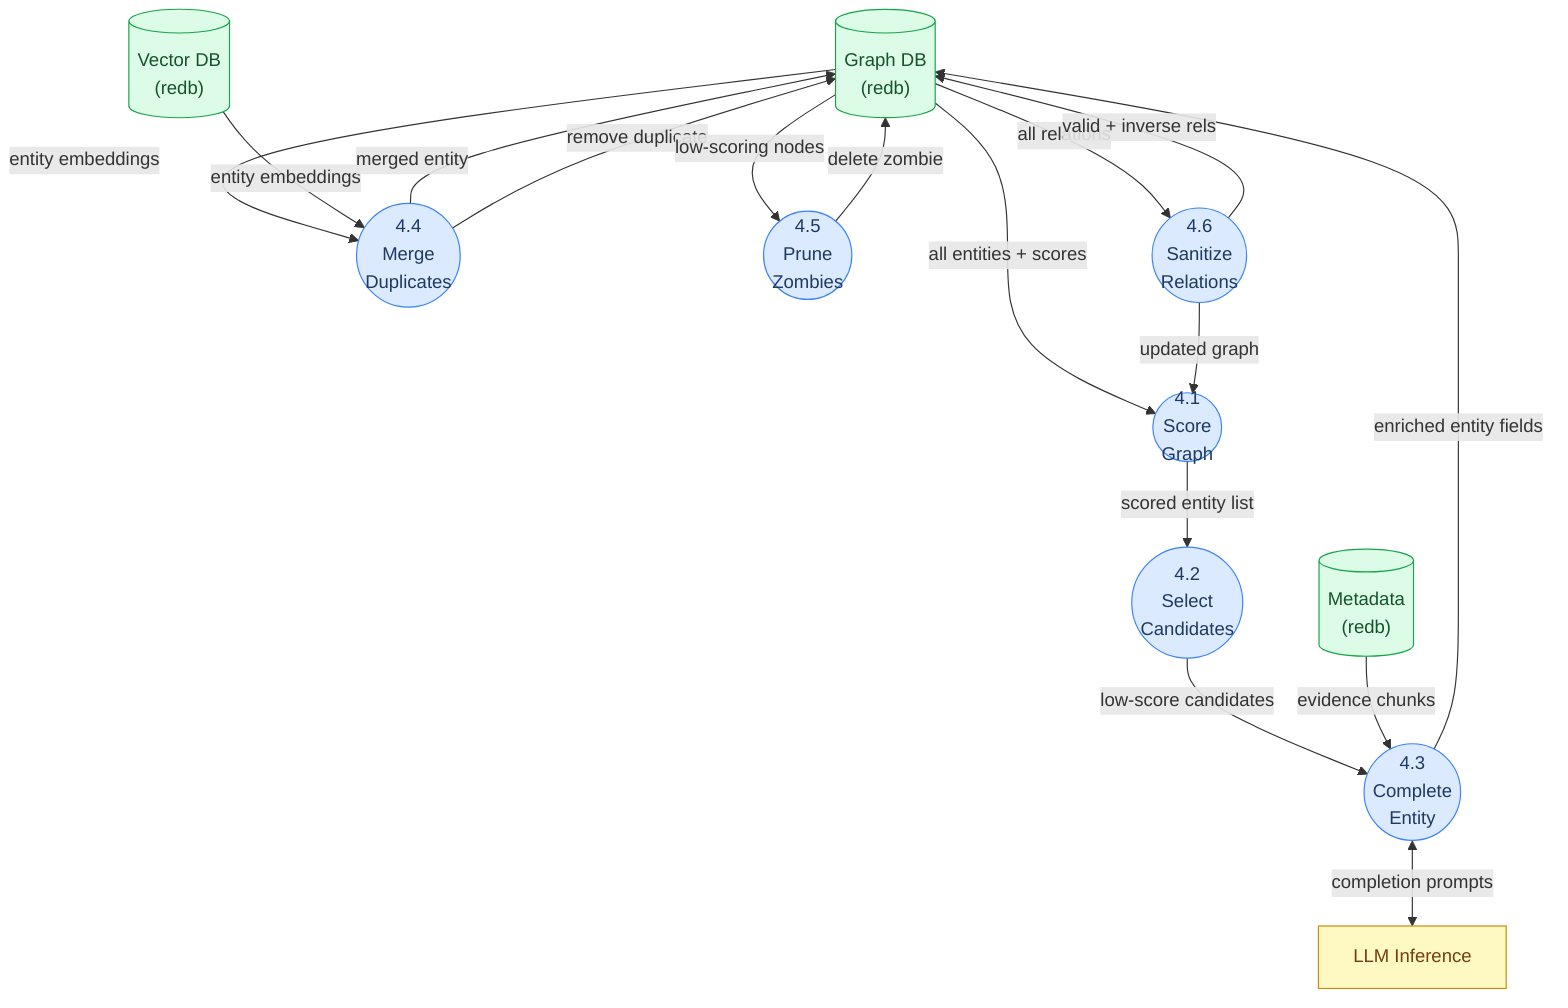
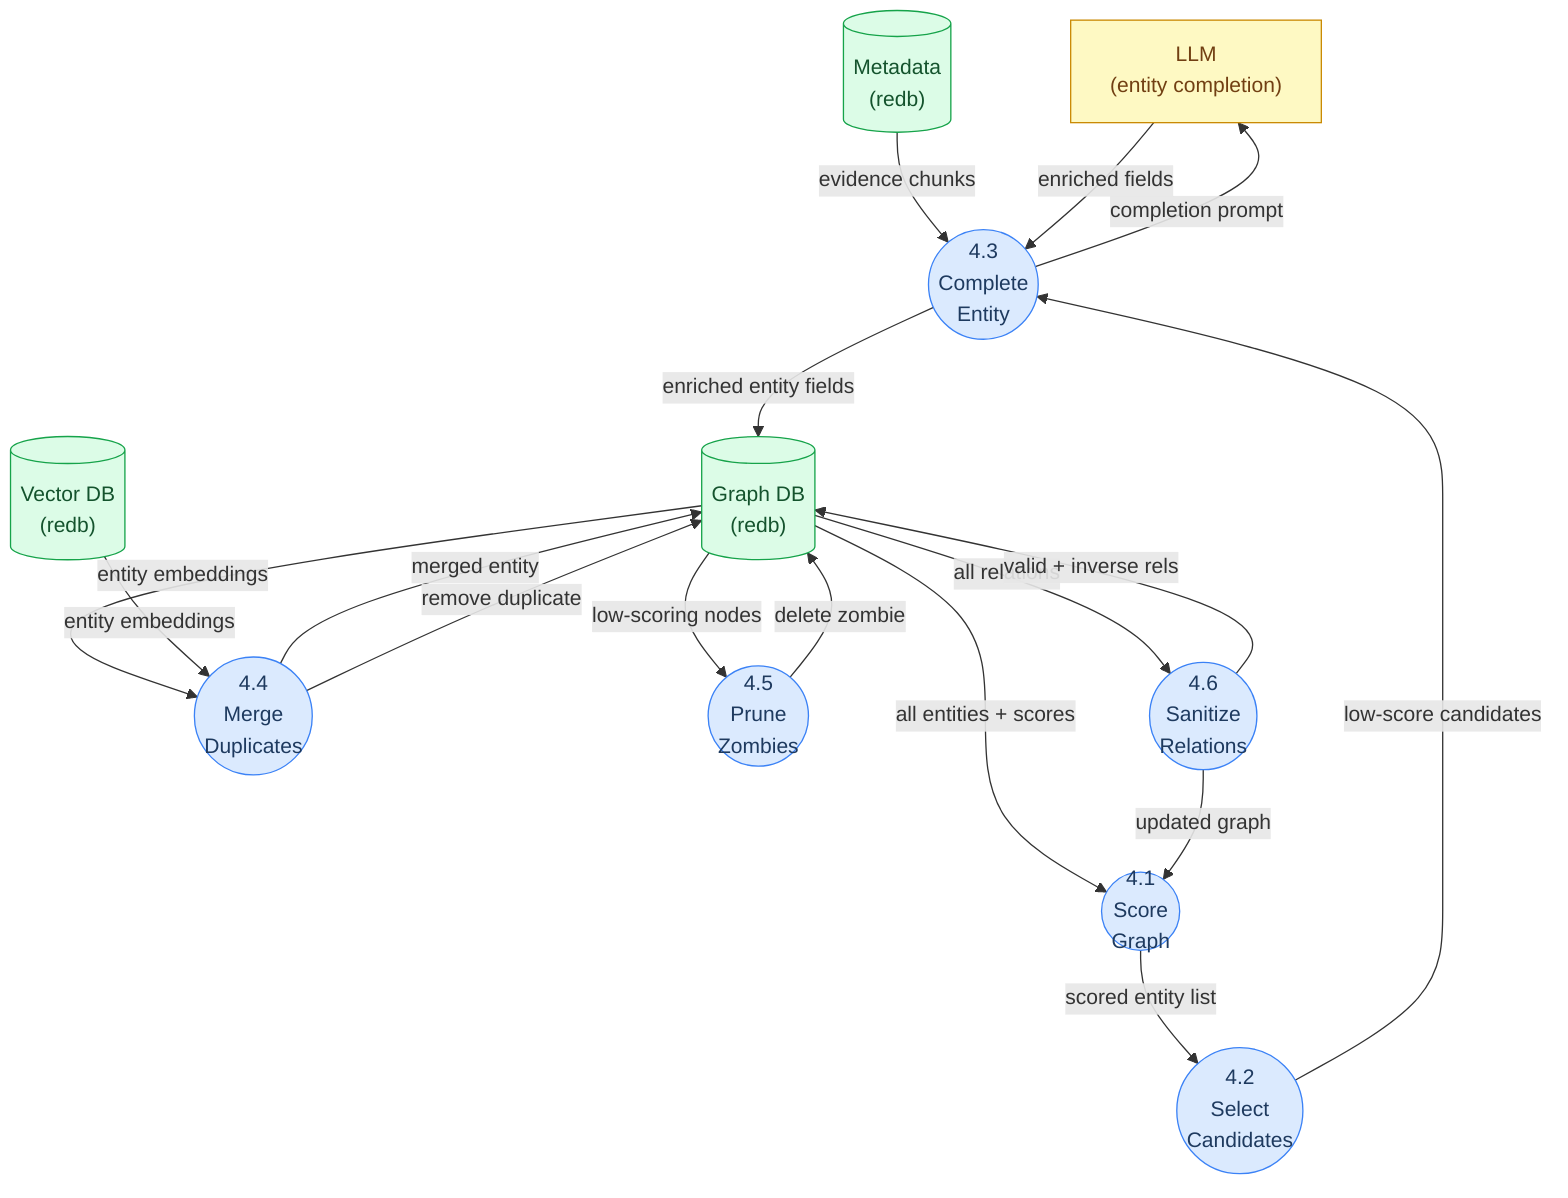
flowchart TD
    classDef process fill:#dbeafe,stroke:#3b82f6,color:#1e3a5f
    classDef external fill:#fef9c3,stroke:#ca8a04,color:#713f12
    classDef store fill:#dcfce7,stroke:#16a34a,color:#14532d

-     LLM["LLM Inference"]:::external
+     LLM43["LLM\n(entity completion)"]:::external

    %% Data stores
    GDB[("Graph DB\n(redb)")]:::store
    MDB[("Metadata\n(redb)")]:::store
    VDB[("Vector DB\n(redb)")]:::store

    %% Process nodes
    P41(("4.1\nScore\nGraph")):::process
    P42(("4.2\nSelect\nCandidates")):::process
    P43(("4.3\nComplete\nEntity")):::process
    P44(("4.4\nMerge\nDuplicates")):::process
    P45(("4.5\nPrune\nZombies")):::process
    P46(("4.6\nSanitize\nRelations")):::process

    %% Code annotations
    %% 4.1 → scorer.rs : score_graph()  3-pillar: connectivity, completeness, evidence
    %% 4.2 → dream.rs  entities below completeness_threshold (default 0.5)
    %% 4.3 → dream_tasks.rs : run_task()  dispatch by schema.org type:
    %%        Person→Biography, Place→Geography, Org→OrgProfile,
    %%        Event→EventProfile, DefinedTerm→ConceptDef, CreativeWork→WorkProfile
    %% 4.4 → graph.rs : merge_entity_into()  cosine similarity ≥ 0.92
    %% 4.5 → dream.rs  score < 0.3, no chunks, degree 0
    %% 4.6 → graph.rs : sanitize_relations()  remove invalid, add inverse rels
    %% Cycle terminates: score plateau OR max_completions reached (default 50)

    GDB -->|"all entities + scores"| P41
    P41 -->|"scored entity list"| P42
    P42 -->|"low-score candidates"| P43
    MDB -->|"evidence chunks"| P43
-     P43 <-->|"completion prompts"| LLM
+     P43 -->|"completion prompt"| LLM43
+     LLM43 -->|"enriched fields"| P43
    P43 -->|"enriched entity fields"| GDB

    GDB -->|"entity embeddings"| P44
    VDB -->|"entity embeddings"| P44
    P44 -->|"merged entity"| GDB
    P44 -->|"remove duplicate"| GDB

    GDB -->|"low-scoring nodes"| P45
    P45 -->|"delete zombie"| GDB

    GDB -->|"all relations"| P46
    P46 -->|"valid + inverse rels"| GDB

    P46 -->|"updated graph"| P41
